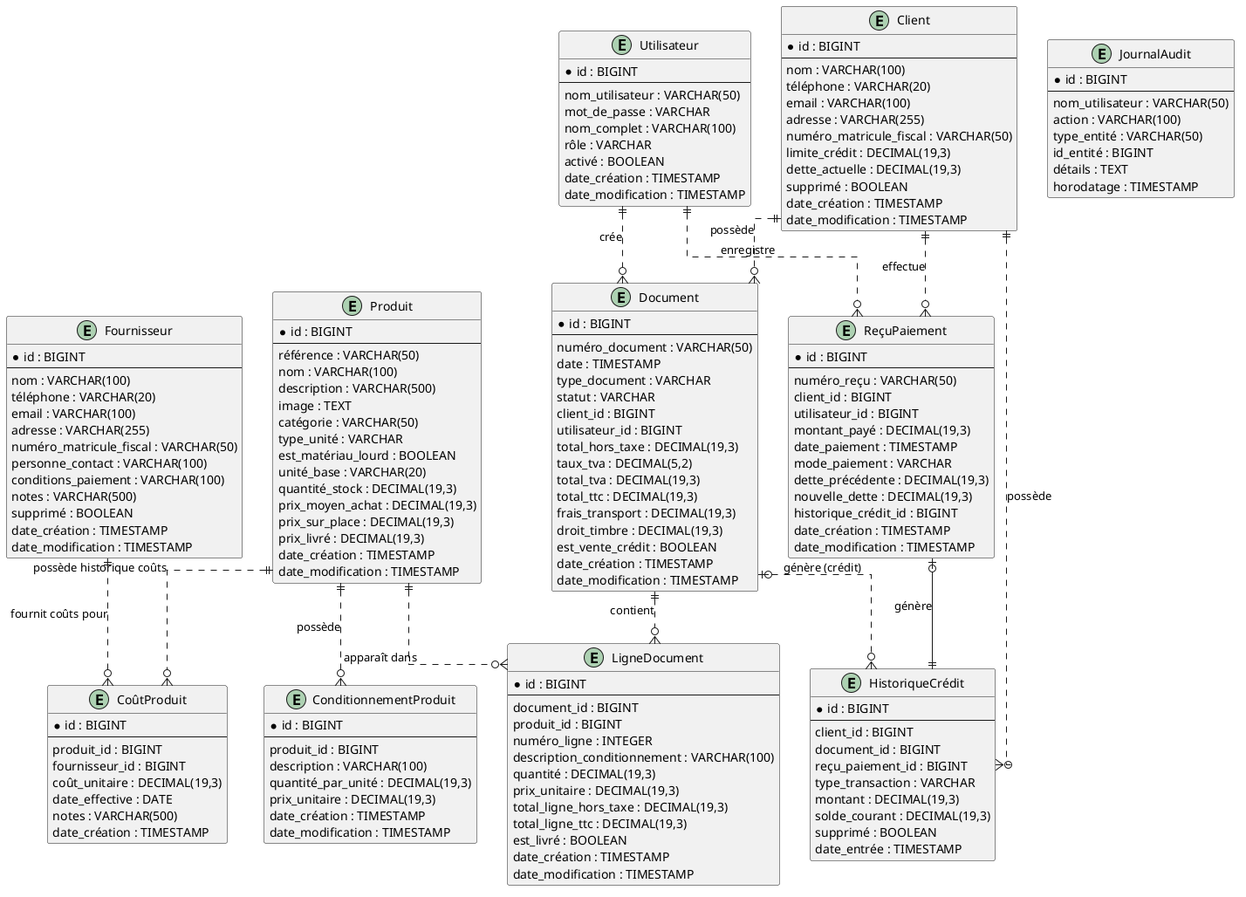
Above: docs/images/Relations-Entites-Magasin-Materiaux.png in mAmineChniti/hardware_store (PlantUML), before the change.
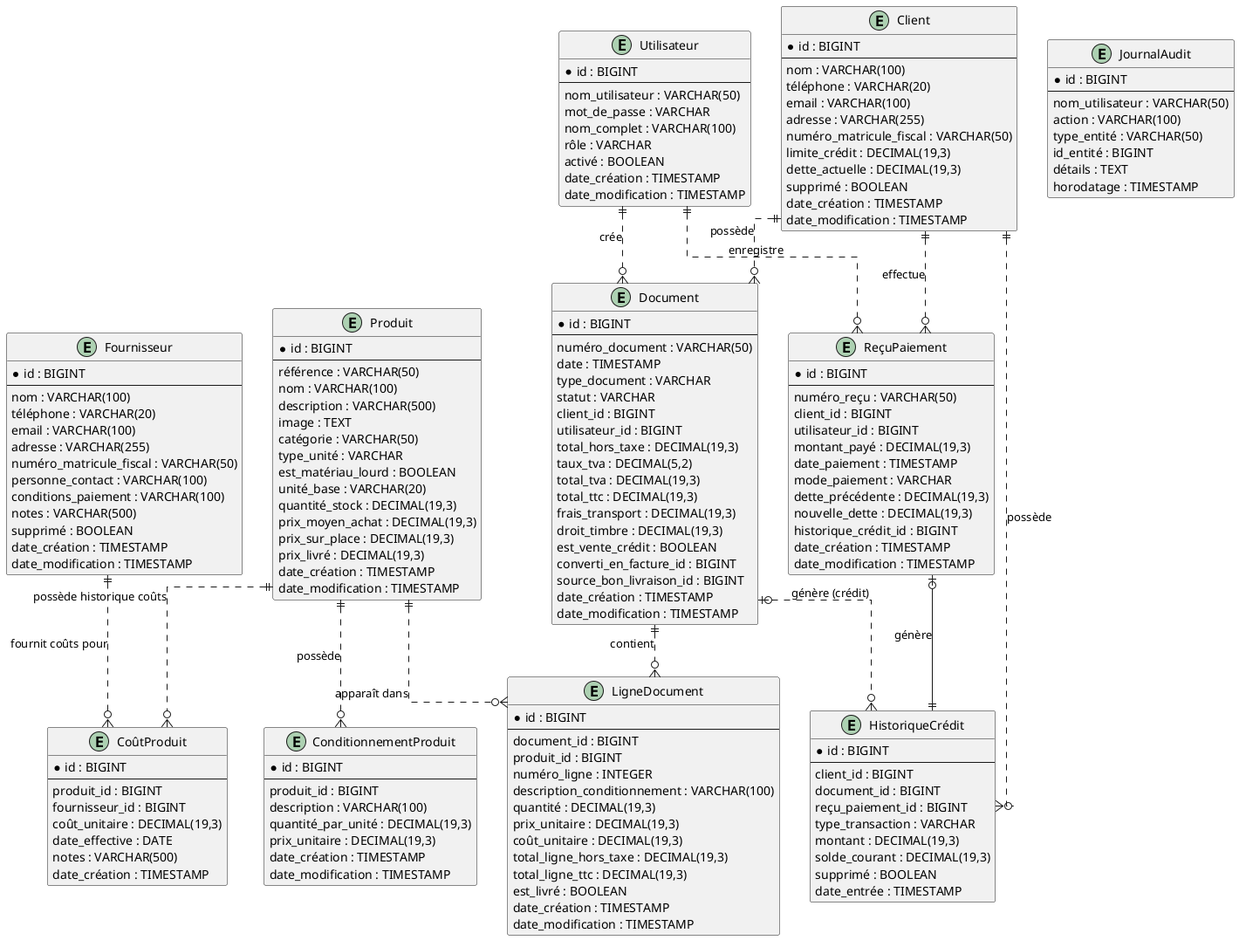
Above is the later version.

What changed in the source:
```diff
@@ -102,6 +102,8 @@
   frais_transport : DECIMAL(19,3)
   droit_timbre : DECIMAL(19,3)
   est_vente_crédit : BOOLEAN
+  converti_en_facture_id : BIGINT
+  source_bon_livraison_id : BIGINT
   date_création : TIMESTAMP
   date_modification : TIMESTAMP
 }
@@ -115,6 +117,7 @@
   description_conditionnement : VARCHAR(100)
   quantité : DECIMAL(19,3)
   prix_unitaire : DECIMAL(19,3)
+  coût_unitaire : DECIMAL(19,3)
   total_ligne_hors_taxe : DECIMAL(19,3)
   total_ligne_ttc : DECIMAL(19,3)
   est_livré : BOOLEAN
```
